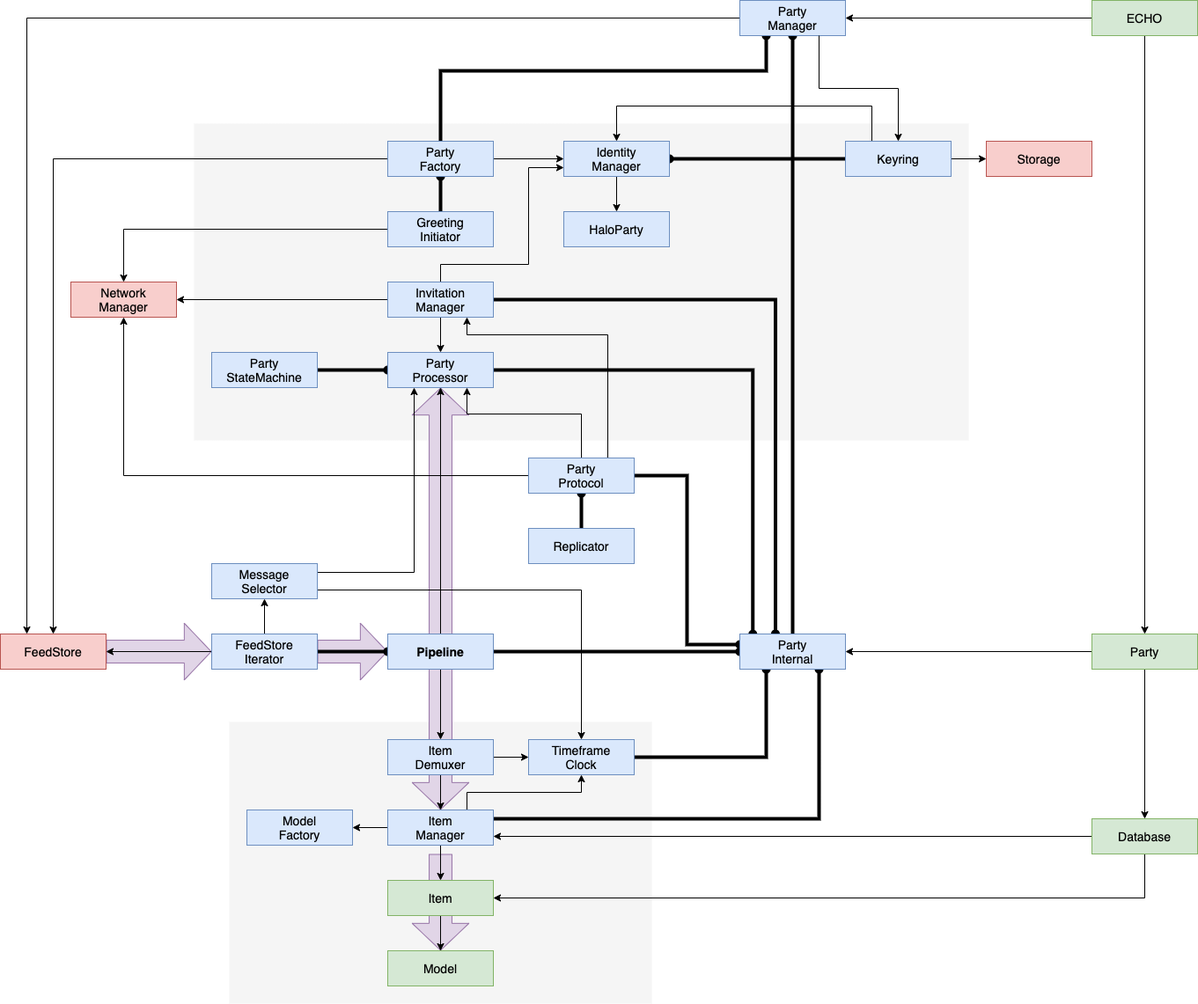
Before: docs/content/diagrams/data-processing-2.png, a diagram exported from draw.io (dxos/dxos). Source tidied: cells renumbered, new cells last; positions are measured from the earlier drawing's top-left corner, leaving out a move shared by most shapes.
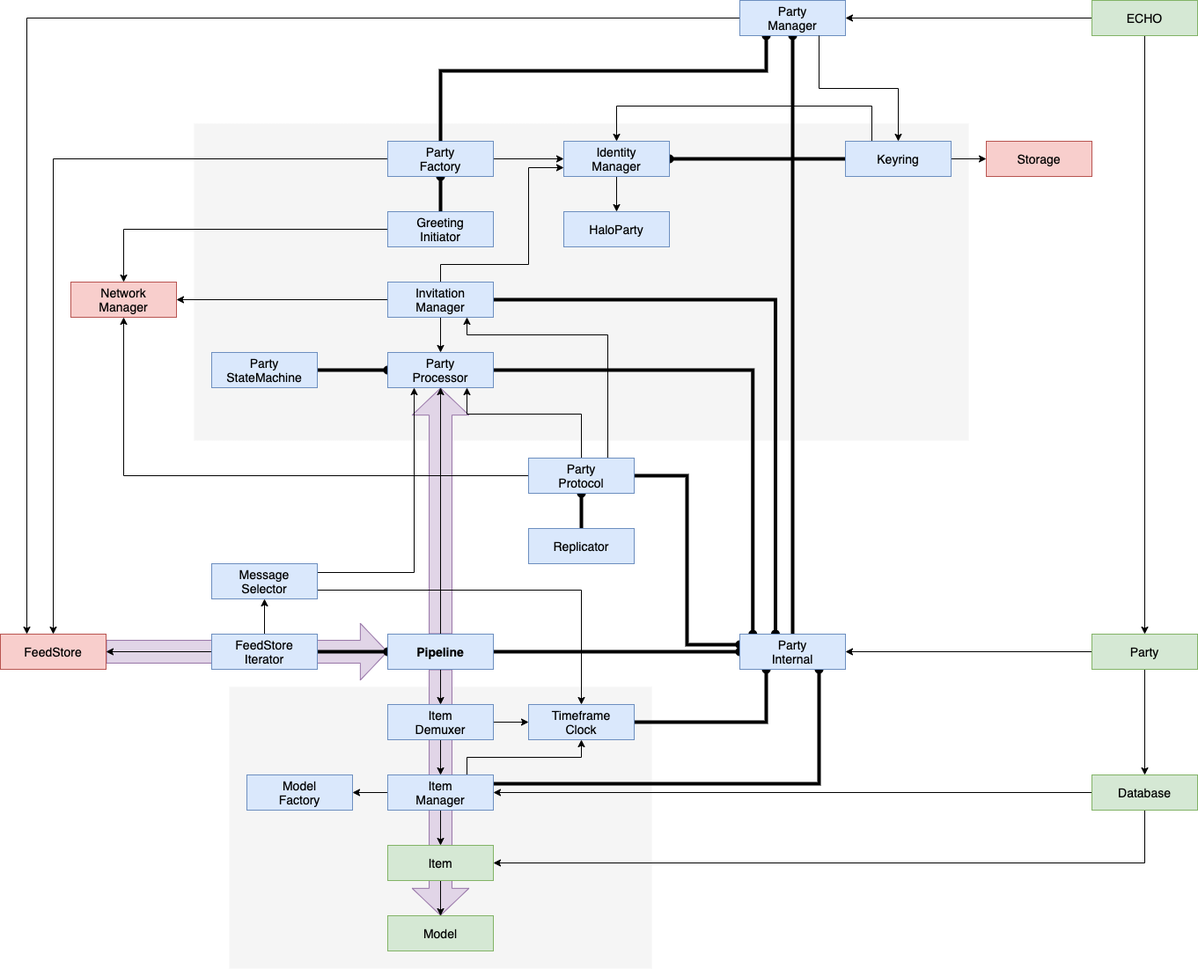
The same file after the commit.

Diff of the diagram source:
```diff
@@ -3,32 +3,22 @@
     <mxCell id="0" />
     <mxCell id="1" parent="0" />
     <mxCell id="2" style="rounded=0;whiteSpace=wrap;html=1;fontSize=14;fontFamily=Helvetica;fontStyle=0;fillColor=#f5f5f5;dashed=1;fontColor=#333333;strokeColor=none;" parent="1" vertex="1">
-      <mxGeometry x="260" y="820" width="480" height="320" as="geometry" />
+      <mxGeometry x="260" y="780" width="480" height="320" as="geometry" />
     </mxCell>
-    <mxCell id="3" style="shape=flexArrow;endArrow=classic;html=1;fillColor=#e1d5e7;strokeColor=#9673a6;endWidth=37.64705882352941;endSize=9.882352941176471;width=25.88235294117647;entryX=0.5;entryY=0;entryDx=0;entryDy=0;" parent="1" edge="1" target="79">
+    <mxCell id="3" style="shape=flexArrow;endArrow=classic;html=1;fillColor=#e1d5e7;strokeColor=#9673a6;endWidth=37.64705882352941;endSize=9.882352941176471;width=25.88235294117647;exitX=0.5;exitY=1;exitDx=0;exitDy=0;" parent="1" edge="1" source="31">
       <mxGeometry relative="1" as="geometry">
-        <mxPoint x="500" y="770" as="sourcePoint" />
+        <mxPoint x="500" y="1040" as="targetPoint" />
       </mxGeometry>
     </mxCell>
-    <mxCell id="4" style="shape=flexArrow;endArrow=classic;html=1;entryX=0;entryY=0.5;entryDx=0;entryDy=0;fillColor=#e1d5e7;strokeColor=#9673a6;endWidth=37.64705882352941;endSize=9.882352941176471;width=25.88235294117647;" parent="1" edge="1" source="78" target="77">
+    <mxCell id="4" style="shape=flexArrow;endArrow=classic;html=1;entryX=0;entryY=0.5;entryDx=0;entryDy=0;fillColor=#e1d5e7;strokeColor=#9673a6;endWidth=37.64705882352941;endSize=9.882352941176471;width=25.88235294117647;" parent="1" edge="1" source="78" target="31">
       <mxGeometry relative="1" as="geometry" />
     </mxCell>
     <mxCell id="5" style="rounded=0;whiteSpace=wrap;html=1;fontSize=14;fontFamily=Helvetica;fontStyle=0;fillColor=#f5f5f5;dashed=1;fontColor=#333333;strokeColor=none;" parent="1" vertex="1">
       <mxGeometry x="220" y="140" width="880" height="360" as="geometry" />
     </mxCell>
-    <mxCell id="6" style="shape=flexArrow;endArrow=classic;html=1;fillColor=#e1d5e7;strokeColor=#9673a6;endWidth=37.64705882352941;endSize=9.882352941176471;width=25.88235294117647;entryX=0.5;entryY=0;entryDx=0;entryDy=0;" parent="1" edge="1" target="27">
-      <mxGeometry relative="1" as="geometry">
-        <mxPoint x="500" y="970" as="sourcePoint" />
-      </mxGeometry>
-    </mxCell>
-    <mxCell id="7" style="shape=flexArrow;endArrow=classic;html=1;entryX=0.5;entryY=1;entryDx=0;entryDy=0;fillColor=#e1d5e7;strokeColor=#9673a6;endWidth=37.64705882352941;endSize=9.882352941176471;width=25.88235294117647;" parent="1" edge="1" target="33">
-      <mxGeometry relative="1" as="geometry">
-        <mxPoint x="500" y="870" as="sourcePoint" />
-      </mxGeometry>
+    <mxCell id="7" style="shape=flexArrow;endArrow=classic;html=1;entryX=0.5;entryY=1;entryDx=0;entryDy=0;fillColor=#e1d5e7;strokeColor=#9673a6;endWidth=37.64705882352941;endSize=9.882352941176471;width=25.88235294117647;exitX=0.5;exitY=0;exitDx=0;exitDy=0;" parent="1" edge="1" source="31" target="33">
+      <mxGeometry relative="1" as="geometry" />
     </mxCell>
-    <mxCell id="8" style="shape=flexArrow;endArrow=classic;html=1;entryX=0;entryY=0.5;entryDx=0;entryDy=0;fillColor=#e1d5e7;strokeColor=#9673a6;endWidth=37.64705882352941;endSize=9.882352941176471;width=25.88235294117647;" parent="1" edge="1" source="77" target="31">
-      <mxGeometry relative="1" as="geometry" />
-    </mxCell>
     <mxCell id="9" style="edgeStyle=orthogonalEdgeStyle;rounded=0;jettySize=auto;html=1;exitX=0.5;exitY=1;exitDx=0;exitDy=0;startArrow=oval;startFill=1;endArrow=none;endFill=0;strokeWidth=4;entryX=0.5;entryY=0;entryDx=0;entryDy=0;" parent="1" edge="1" source="14" target="21">
       <mxGeometry relative="1" as="geometry">
         <Array as="points">
@@ -96,10 +86,10 @@
       <mxGeometry relative="1" as="geometry" />
     </mxCell>
     <mxCell id="26" value="Item" style="rounded=0;whiteSpace=wrap;html=1;fontSize=14;fontFamily=Helvetica;fillColor=#d5e8d4;strokeColor=#82b366;fontStyle=0;strokeWidth=1;" parent="1" vertex="1">
-      <mxGeometry x="440" y="1000" width="120" height="40" as="geometry" />
+      <mxGeometry x="440" y="960" width="120" height="40" as="geometry" />
     </mxCell>
     <mxCell id="27" value="Model" style="rounded=0;whiteSpace=wrap;html=1;fontSize=14;fontFamily=Helvetica;fillColor=#d5e8d4;strokeColor=#82b366;fontStyle=0;strokeWidth=1;" parent="1" vertex="1">
-      <mxGeometry x="440" y="1080" width="120" height="40" as="geometry" />
+      <mxGeometry x="440" y="1040" width="120" height="40" as="geometry" />
     </mxCell>
     <mxCell id="28" style="edgeStyle=orthogonalEdgeStyle;rounded=0;jettySize=auto;html=1;exitX=0;exitY=0.5;exitDx=0;exitDy=0;entryX=1;entryY=0.5;entryDx=0;entryDy=0;strokeWidth=4;endFill=0;endArrow=none;startFill=1;startArrow=oval;" parent="1" edge="1" source="31" target="77">
       <mxGeometry relative="1" as="geometry" />
@@ -123,7 +113,7 @@
       <mxGeometry x="240" y="400" width="120" height="40" as="geometry" />
     </mxCell>
     <mxCell id="35" value="Timeframe&lt;br&gt;Clock" style="rounded=0;whiteSpace=wrap;html=1;fontSize=14;fontFamily=Helvetica;fillColor=#dae8fc;strokeColor=#6c8ebf;fontStyle=0;strokeWidth=1;" parent="1" vertex="1">
-      <mxGeometry x="600" y="840" width="120" height="40" as="geometry" />
+      <mxGeometry x="600" y="800" width="120" height="40" as="geometry" />
     </mxCell>
     <mxCell id="36" style="edgeStyle=orthogonalEdgeStyle;rounded=0;jettySize=auto;html=1;exitX=1;exitY=0.5;exitDx=0;exitDy=0;strokeWidth=4;endFill=0;endArrow=none;startFill=1;startArrow=oval;" parent="1" edge="1" source="38" target="80">
       <mxGeometry relative="1" as="geometry" />
@@ -172,7 +162,7 @@
       <mxGeometry x="440" y="160" width="120" height="40" as="geometry" />
     </mxCell>
     <mxCell id="48" value="Model&lt;br&gt;Factory" style="rounded=0;whiteSpace=wrap;html=1;fontSize=14;fontFamily=Helvetica;fillColor=#dae8fc;strokeColor=#6c8ebf;fontStyle=0;strokeWidth=1;" parent="1" vertex="1">
-      <mxGeometry x="280" y="920" width="120" height="40" as="geometry" />
+      <mxGeometry x="280" y="880" width="120" height="40" as="geometry" />
     </mxCell>
     <mxCell id="49" value="Network&lt;br&gt;Manager" style="rounded=0;whiteSpace=wrap;html=1;fontSize=14;fontFamily=Helvetica;fillColor=#f8cecc;strokeColor=#b85450;fontStyle=0;strokeWidth=1;" parent="1" vertex="1">
       <mxGeometry x="80" y="320" width="120" height="40" as="geometry" />
@@ -214,7 +204,7 @@
       <mxGeometry relative="1" as="geometry" />
     </mxCell>
     <mxCell id="60" value="Item&lt;br&gt;Demuxer" style="rounded=0;whiteSpace=wrap;html=1;fontSize=14;fontFamily=Helvetica;fillColor=#dae8fc;strokeColor=#6c8ebf;fontStyle=0;strokeWidth=1;" parent="1" vertex="1">
-      <mxGeometry x="440" y="840" width="120" height="40" as="geometry" />
+      <mxGeometry x="440" y="800" width="120" height="40" as="geometry" />
     </mxCell>
     <mxCell id="61" value="Storage" style="rounded=0;whiteSpace=wrap;html=1;fontSize=14;fontFamily=Helvetica;fillColor=#f8cecc;strokeColor=#b85450;fontStyle=0;strokeWidth=1;" parent="1" vertex="1">
       <mxGeometry x="1120" y="160" width="120" height="40" as="geometry" />
@@ -237,14 +227,14 @@
     <mxCell id="67" value="Party" style="rounded=0;whiteSpace=wrap;html=1;fontSize=14;fontFamily=Helvetica;fillColor=#d5e8d4;strokeColor=#82b366;fontStyle=0;strokeWidth=1;" parent="1" vertex="1">
       <mxGeometry x="1240" y="720" width="120" height="40" as="geometry" />
     </mxCell>
-    <mxCell id="68" style="edgeStyle=orthogonalEdgeStyle;rounded=0;jettySize=auto;html=1;exitX=0;exitY=0.5;exitDx=0;exitDy=0;entryX=1;entryY=0.75;entryDx=0;entryDy=0;" parent="1" edge="1" source="70" target="79">
+    <mxCell id="68" style="edgeStyle=orthogonalEdgeStyle;rounded=0;jettySize=auto;html=1;exitX=0;exitY=0.5;exitDx=0;exitDy=0;entryX=1;entryY=0.5;entryDx=0;entryDy=0;" parent="1" edge="1" source="70" target="79">
       <mxGeometry relative="1" as="geometry" />
     </mxCell>
     <mxCell id="69" style="edgeStyle=orthogonalEdgeStyle;rounded=0;jettySize=auto;html=1;exitX=0.5;exitY=1;exitDx=0;exitDy=0;entryX=1;entryY=0.5;entryDx=0;entryDy=0;" parent="1" edge="1" source="70" target="26">
       <mxGeometry relative="1" as="geometry" />
     </mxCell>
     <mxCell id="70" value="Database" style="rounded=0;whiteSpace=wrap;html=1;fontSize=14;fontFamily=Helvetica;fillColor=#d5e8d4;strokeColor=#82b366;fontStyle=0;strokeWidth=1;" parent="1" vertex="1">
-      <mxGeometry x="1240" y="930" width="120" height="40" as="geometry" />
+      <mxGeometry x="1240" y="880" width="120" height="40" as="geometry" />
     </mxCell>
     <mxCell id="71" style="edgeStyle=orthogonalEdgeStyle;rounded=0;orthogonalLoop=1;jettySize=auto;html=1;exitX=0.5;exitY=1;exitDx=0;exitDy=0;" parent="1" edge="1" source="80" target="80">
       <mxGeometry relative="1" as="geometry" />
@@ -271,7 +261,7 @@
       <mxGeometry y="720" width="120" height="40" as="geometry" />
     </mxCell>
     <mxCell id="79" value="Item&lt;br&gt;Manager" style="rounded=0;whiteSpace=wrap;html=1;fontSize=14;fontFamily=Helvetica;fillColor=#dae8fc;strokeColor=#6c8ebf;fontStyle=0;strokeWidth=1;" parent="1" vertex="1">
-      <mxGeometry x="440" y="920" width="120" height="40" as="geometry" />
+      <mxGeometry x="440" y="880" width="120" height="40" as="geometry" />
     </mxCell>
     <mxCell id="80" value="Keyring" style="rounded=0;whiteSpace=wrap;html=1;fontSize=14;fontFamily=Helvetica;fillColor=#dae8fc;strokeColor=#6c8ebf;fontStyle=0;strokeWidth=1;" parent="1" vertex="1">
       <mxGeometry x="960" y="160" width="120" height="40" as="geometry" />
```
